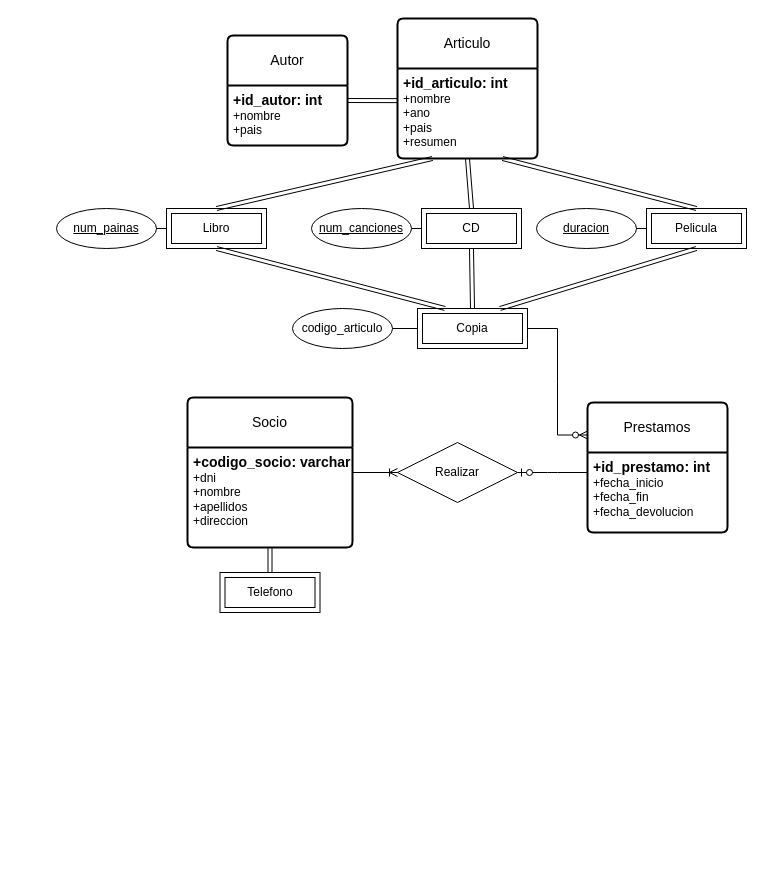
This is ejercicio6.drawio from AsierGArranz/aga-sru-sa-t-UD12DiagramaER-11102023, a draw.io file, before an edit. Source tidied: cells renumbered, new cells numbered last; positions are measured from the earlier drawing's top-left corner, leaving out a move shared by most shapes. Both pictures are drawn from the tidied source at 100%, with x=0, y=0 at pixel (56, 18).
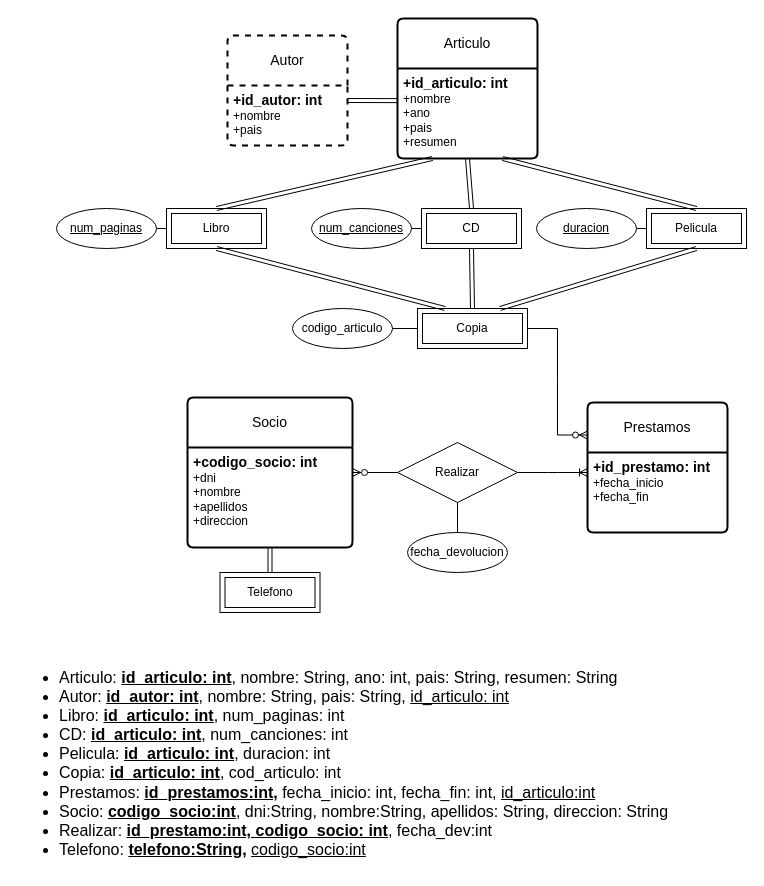
The same diagram, later.

Unchanged cells that the change refers to:
```xml
<mxCell id="2" value="Socio" style="swimlane;horizontal=1;startSize=50;rounded=1;fontSize=14;fontStyle=0;strokeWidth=2;shadow=0;dashed=0;align=center;arcSize=4;whiteSpace=wrap;html=1;" parent="1" vertex="1">
  <mxGeometry x="131" y="379" width="165" height="150" as="geometry" />
</mxCell>
<mxCell id="6" value="Realizar" style="shape=rhombus;perimeter=rhombusPerimeter;whiteSpace=wrap;html=1;align=center;" parent="1" vertex="1">
  <mxGeometry x="341" y="424" width="120" height="60" as="geometry" />
</mxCell>
<mxCell id="9" value="Prestamos" style="swimlane;horizontal=1;startSize=50;rounded=1;fontSize=14;fontStyle=0;strokeWidth=2;shadow=0;dashed=0;align=center;arcSize=4;whiteSpace=wrap;html=1;" parent="1" vertex="1">
  <mxGeometry x="531" y="384" width="140" height="130" as="geometry" />
</mxCell>
```

What changed in the source:
```diff
@@
-    <mxCell id="3" value="&lt;font style=&quot;font-size: 14px;&quot;&gt;&lt;b&gt;+codigo_socio: varchar&lt;br&gt;&lt;/b&gt;&lt;/font&gt;+dni&lt;br&gt;+nombre&lt;br&gt;+apellidos&lt;br&gt;+direccion" style="align=left;strokeColor=none;fillColor=none;spacingLeft=4;fontSize=12;verticalAlign=top;html=1;" parent="2" vertex="1">
+    <mxCell id="3" value="&lt;font style=&quot;font-size: 14px;&quot;&gt;&lt;b&gt;+codigo_socio: int&lt;br&gt;&lt;/b&gt;&lt;/font&gt;+dni&lt;br&gt;+nombre&lt;br&gt;+apellidos&lt;br&gt;+direccion" style="align=left;strokeColor=none;fillColor=none;spacingLeft=4;fontSize=12;verticalAlign=top;html=1;" parent="2" vertex="1">
       <mxGeometry y="50" width="165" height="100" as="geometry" />
     </mxCell>
@@
-    <mxCell id="10" value="&lt;b&gt;&lt;font style=&quot;font-size: 14px;&quot;&gt;+id_prestamo: int&lt;br&gt;&lt;/font&gt;&lt;/b&gt;+fecha_inicio&lt;br&gt;+fecha_fin&lt;br&gt;+fecha_devolucion" style="align=left;strokeColor=none;fillColor=none;spacingLeft=4;fontSize=12;verticalAlign=top;html=1;" parent="9" vertex="1">
+    <mxCell id="10" value="&lt;b&gt;&lt;font style=&quot;font-size: 14px;&quot;&gt;+id_prestamo: int&lt;br&gt;&lt;/font&gt;&lt;/b&gt;+fecha_inicio&lt;br&gt;+fecha_fin" style="align=left;strokeColor=none;fillColor=none;spacingLeft=4;fontSize=12;verticalAlign=top;html=1;" parent="9" vertex="1">
       <mxGeometry y="50" width="140" height="80" as="geometry" />
     </mxCell>
-    <mxCell id="11" style="edgeStyle=entityRelationEdgeStyle;fontSize=12;html=1;endArrow=ERoneToMany;rounded=0;exitX=1;exitY=0.25;exitDx=0;exitDy=0;" parent="1" edge="1" source="3" target="6">
-      <mxGeometry relative="1" as="geometry" />
+    <mxCell id="11" style="edgeStyle=entityRelationEdgeStyle;fontSize=12;html=1;endArrow=ERoneToMany;rounded=0;exitX=1;exitY=0.5;exitDx=0;exitDy=0;entryX=0;entryY=0.25;entryDx=0;entryDy=0;" parent="1" edge="1" source="6" target="10">
+      <mxGeometry relative="1" as="geometry">
+        <Array as="points">
+          <mxPoint x="526" y="596" />
+        </Array>
+      </mxGeometry>
     </mxCell>
-    <mxCell id="12" style="edgeStyle=entityRelationEdgeStyle;fontSize=12;html=1;endArrow=ERzeroToOne;endFill=1;rounded=0;entryX=1;entryY=0.5;entryDx=0;entryDy=0;exitX=0;exitY=0.25;exitDx=0;exitDy=0;" parent="1" edge="1" source="10" target="6">
-      <mxGeometry relative="1" as="geometry" />
-    </mxCell>
@@
-    <mxCell id="14" value="Autor" style="swimlane;horizontal=1;startSize=50;rounded=1;fontSize=14;fontStyle=0;strokeWidth=2;shadow=0;dashed=0;align=center;arcSize=4;whiteSpace=wrap;html=1;" parent="1" vertex="1">
+    <mxCell id="14" value="Autor" style="swimlane;horizontal=1;startSize=50;rounded=1;fontSize=14;fontStyle=0;strokeWidth=2;shadow=0;dashed=1;align=center;arcSize=4;whiteSpace=wrap;html=1;" parent="1" vertex="1">
       <mxGeometry x="171" y="17" width="120" height="110" as="geometry" />
     </mxCell>
@@
-    <mxCell id="22" value="num_painas" style="ellipse;whiteSpace=wrap;html=1;align=center;fontStyle=4;" parent="1" vertex="1">
+    <mxCell id="22" value="num_paginas" style="ellipse;whiteSpace=wrap;html=1;align=center;fontStyle=4;" parent="1" vertex="1">
       <mxGeometry y="190" width="100" height="40" as="geometry" />
     </mxCell>
@@
+    <mxCell id="35" value="&lt;ul style=&quot;font-size: 16px;&quot;&gt;&lt;li style=&quot;border-color: var(--border-color);&quot;&gt;&lt;span style=&quot;background-color: initial;&quot;&gt;Articulo: &lt;/span&gt;&lt;u style=&quot;background-color: initial; font-weight: bold;&quot;&gt;id_articulo: int&lt;/u&gt;&lt;span style=&quot;background-color: initial;&quot;&gt;, nombre: String, ano: int, pais: String, resumen: String&lt;/span&gt;&lt;br&gt;&lt;/li&gt;&lt;li style=&quot;border-color: var(--border-color);&quot;&gt;Autor:&amp;nbsp;&lt;u style=&quot;border-color: var(--border-color); font-weight: bold;&quot;&gt;id_autor: int&lt;/u&gt;, nombre: String, pais: String,&amp;nbsp;&lt;u style=&quot;border-color: var(--border-color);&quot;&gt;id_articulo: int&lt;/u&gt;&lt;/li&gt;&lt;li&gt;Libro:&amp;nbsp;&lt;u style=&quot;border-color: var(--border-color); background-color: initial; font-weight: bold;&quot;&gt;id_articulo: int&lt;/u&gt;, num_paginas: int&lt;/li&gt;&lt;li&gt;CD:&amp;nbsp;&lt;u style=&quot;border-color: var(--border-color); background-color: initial; font-weight: bold;&quot;&gt;id_articulo: int&lt;/u&gt;, num_canciones: int&lt;/li&gt;&lt;li&gt;Pelicula:&amp;nbsp;&lt;u style=&quot;border-color: var(--border-color); background-color: initial; font-weight: bold;&quot;&gt;id_articulo: int&lt;/u&gt;, duracion: int&lt;/li&gt;&lt;li&gt;Copia:&amp;nbsp;&lt;u style=&quot;border-color: var(--border-color); background-color: initial; font-weight: bold;&quot;&gt;id_articulo: int&lt;/u&gt;, cod_articulo: int&lt;/li&gt;&lt;li&gt;Prestamos: &lt;u style=&quot;font-weight: bold;&quot;&gt;id_prestamos:int,&lt;/u&gt;&amp;nbsp;fecha_inicio: int, fecha_fin: int, &lt;u&gt;id_articulo:int&lt;/u&gt;&lt;/li&gt;&lt;li&gt;Socio: &lt;b&gt;&lt;u&gt;codigo_socio:int&lt;/u&gt;&lt;/b&gt;, dni:String, nombre:String, apellidos: String, direccion: String&lt;/li&gt;&lt;li&gt;Realizar:&amp;nbsp;&lt;u style=&quot;border-color: var(--border-color); font-weight: bold;&quot;&gt;id_prestamo:int, codigo_socio: int&lt;/u&gt;, fecha_dev:int&lt;/li&gt;&lt;li&gt;Telefono:&amp;nbsp;&lt;span style=&quot;border-color: var(--border-color);&quot;&gt;&lt;u style=&quot;text-decoration-line: underline; font-weight: bold; border-color: var(--border-color);&quot;&gt;telefono:String,&lt;/u&gt;&lt;span style=&quot;font-weight: bold; border-color: var(--border-color);&quot;&gt;&amp;nbsp;&lt;/span&gt;&lt;/span&gt;&lt;u&gt;codigo_socio:int&lt;/u&gt;&lt;/li&gt;&lt;/ul&gt;" style="text;strokeColor=none;fillColor=none;html=1;whiteSpace=wrap;verticalAlign=middle;overflow=hidden;" parent="1" vertex="1">
+      <mxGeometry x="-39" y="631" width="705" height="220" as="geometry" />
+    </mxCell>
+    <mxCell id="36" style="edgeStyle=entityRelationEdgeStyle;fontSize=12;html=1;endArrow=ERzeroToMany;endFill=1;rounded=0;entryX=1;entryY=0.25;entryDx=0;entryDy=0;exitX=0;exitY=0.5;exitDx=0;exitDy=0;" parent="1" edge="1" source="6" target="3">
+      <mxGeometry relative="1" as="geometry" />
+    </mxCell>
+    <mxCell id="37" value="fecha_devolucion" style="ellipse;whiteSpace=wrap;html=1;align=center;" parent="1" vertex="1">
+      <mxGeometry x="351" y="514" width="100" height="40" as="geometry" />
+    </mxCell>
+    <mxCell id="38" style="endArrow=none;html=1;rounded=0;exitX=0.5;exitY=0;exitDx=0;exitDy=0;entryX=0.5;entryY=1;entryDx=0;entryDy=0;" parent="1" edge="1" source="37" target="6">
+      <mxGeometry relative="1" as="geometry" />
+    </mxCell>
```
